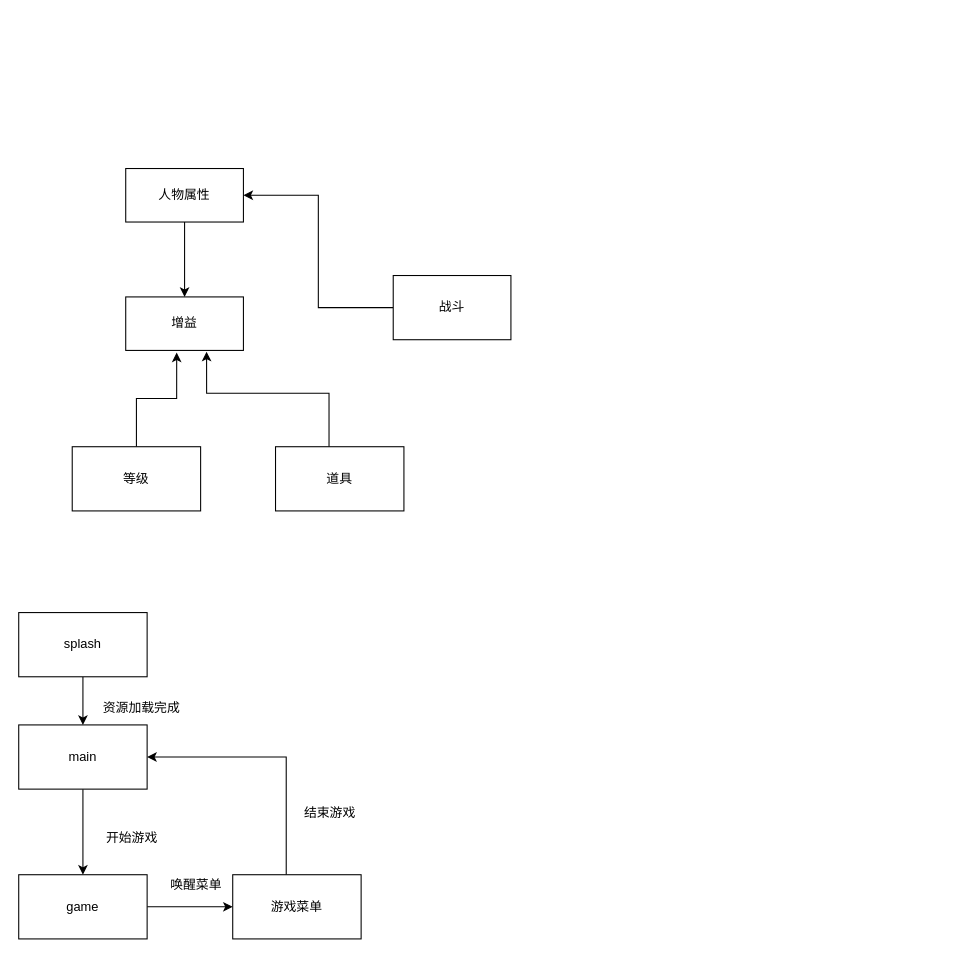
Above: games/drawios/text_dungeon.drawio in zuiyu1998/project_book (draw.io), before the change. Source tidied: cells renumbered, new cells numbered last; positions are measured from the earlier drawing's top-left corner, leaving out a move shared by most shapes. Both pictures are drawn from the tidied source at 107%, with x=0, y=0 at pixel (18, 168).
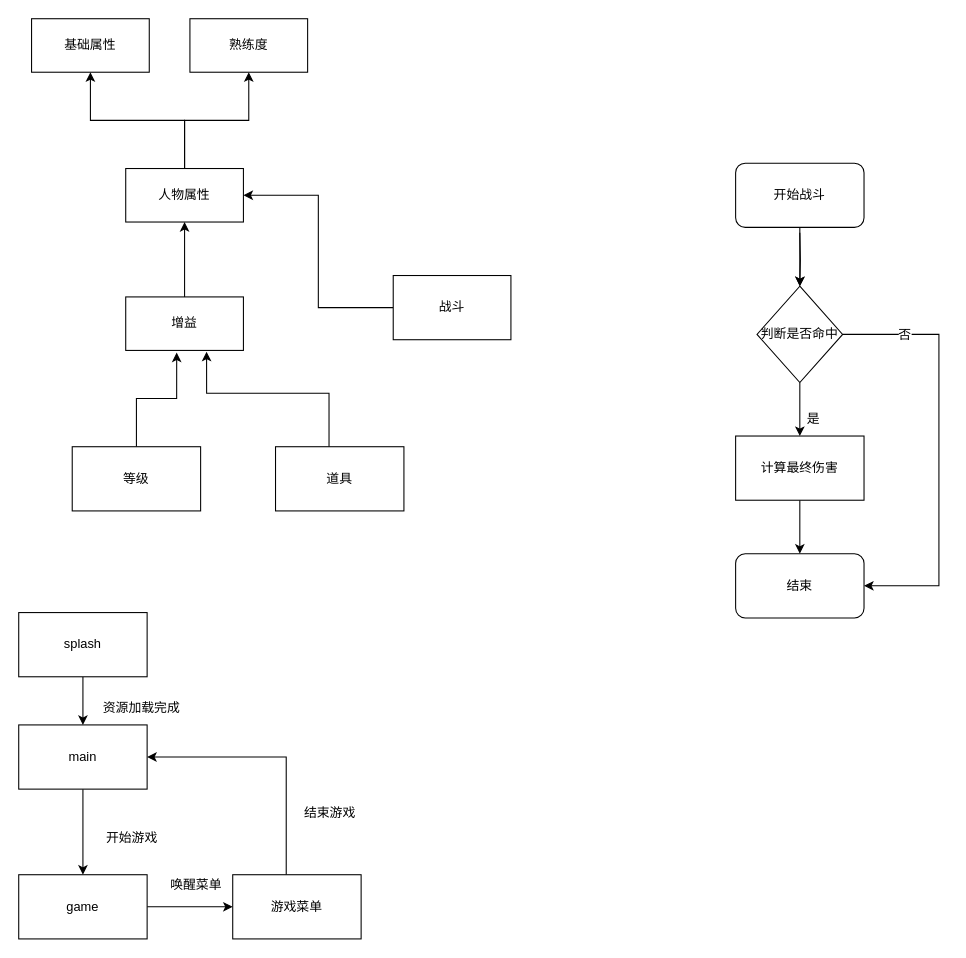
The same page after the edit.

Commit message (it also covers changes not shown here):
feat: text-dungeon 交互系统

Unchanged cells that the change refers to:
```xml
<mxCell id="3" value="人物属性" style="rounded=0;whiteSpace=wrap;html=1;" parent="1" vertex="1">
  <mxGeometry x="100" width="110" height="50" as="geometry" />
</mxCell>
<mxCell id="4" value="增益" style="rounded=0;whiteSpace=wrap;html=1;" parent="1" vertex="1">
  <mxGeometry x="100" y="120" width="110" height="50" as="geometry" />
</mxCell>
```

Diff of the diagram source:
```diff
@@
-    <mxCell id="2" style="edgeStyle=orthogonalEdgeStyle;rounded=0;jettySize=auto;html=1;" parent="1" edge="1" source="3" target="4">
-      <mxGeometry relative="1" as="geometry" />
-    </mxCell>
+    <mxCell id="23" style="edgeStyle=orthogonalEdgeStyle;rounded=0;jettySize=auto;html=1;" parent="1" edge="1" source="3" target="25">
+      <mxGeometry relative="1" as="geometry" />
+    </mxCell>
+    <mxCell id="24" style="edgeStyle=orthogonalEdgeStyle;rounded=0;jettySize=auto;html=1;entryX=0.5;entryY=1;entryDx=0;entryDy=0;" parent="1" edge="1" source="3" target="27">
+      <mxGeometry relative="1" as="geometry" />
+    </mxCell>
@@
+    <mxCell id="25" value="基础属性" style="rounded=0;whiteSpace=wrap;html=1;" parent="1" vertex="1">
+      <mxGeometry x="12" y="-140" width="110" height="50" as="geometry" />
+    </mxCell>
+    <mxCell id="26" style="edgeStyle=orthogonalEdgeStyle;rounded=0;jettySize=auto;html=1;entryX=0.5;entryY=1;entryDx=0;entryDy=0;" parent="1" edge="1" source="4" target="3">
+      <mxGeometry relative="1" as="geometry" />
+    </mxCell>
@@
+    <mxCell id="27" value="熟练度" style="rounded=0;whiteSpace=wrap;html=1;" parent="1" vertex="1">
+      <mxGeometry x="160" y="-140" width="110" height="50" as="geometry" />
+    </mxCell>
+    <mxCell id="28" style="edgeStyle=orthogonalEdgeStyle;rounded=0;jettySize=auto;html=1;entryX=0.5;entryY=0;entryDx=0;entryDy=0;" parent="1" edge="1" target="32">
+      <mxGeometry relative="1" as="geometry">
+        <mxPoint x="730" y="60" as="sourcePoint" />
+      </mxGeometry>
+    </mxCell>
+    <mxCell id="29" style="edgeStyle=orthogonalEdgeStyle;rounded=0;jettySize=auto;html=1;entryX=0.5;entryY=0;entryDx=0;entryDy=0;" parent="1" edge="1" source="32" target="37">
+      <mxGeometry relative="1" as="geometry" />
+    </mxCell>
+    <mxCell id="30" style="edgeStyle=orthogonalEdgeStyle;rounded=0;jettySize=auto;html=1;entryX=1;entryY=0.5;entryDx=0;entryDy=0;" parent="1" edge="1" source="32" target="33">
+      <mxGeometry relative="1" as="geometry">
+        <Array as="points">
+          <mxPoint x="860" y="155" />
+          <mxPoint x="860" y="390" />
+        </Array>
+      </mxGeometry>
+    </mxCell>
+    <mxCell id="31" value="否" style="text;html=1;align=center;verticalAlign=middle;labelBackgroundColor=#ffffff;" parent="30" vertex="1">
+      <mxGeometry x="-0.71" relative="1" as="geometry" />
+    </mxCell>
+    <mxCell id="32" value="判断是否命中" style="rhombus;whiteSpace=wrap;html=1;" parent="1" vertex="1">
+      <mxGeometry x="690" y="110" width="80" height="90" as="geometry" />
+    </mxCell>
+    <mxCell id="33" value="结束" style="rounded=1;whiteSpace=wrap;html=1;" parent="1" vertex="1">
+      <mxGeometry x="670" y="360" width="120" height="60" as="geometry" />
+    </mxCell>
+    <mxCell id="34" style="edgeStyle=orthogonalEdgeStyle;rounded=0;jettySize=auto;html=1;" parent="1" edge="1" source="35" target="32">
+      <mxGeometry relative="1" as="geometry" />
+    </mxCell>
+    <mxCell id="35" value="开始战斗" style="rounded=1;whiteSpace=wrap;html=1;" parent="1" vertex="1">
+      <mxGeometry x="670" y="-5" width="120" height="60" as="geometry" />
+    </mxCell>
+    <mxCell id="36" style="edgeStyle=orthogonalEdgeStyle;rounded=0;jettySize=auto;html=1;entryX=0.5;entryY=0;entryDx=0;entryDy=0;" parent="1" edge="1" source="37" target="33">
+      <mxGeometry relative="1" as="geometry" />
+    </mxCell>
+    <mxCell id="37" value="计算最终伤害" style="rounded=0;whiteSpace=wrap;html=1;" parent="1" vertex="1">
+      <mxGeometry x="670" y="250" width="120" height="60" as="geometry" />
+    </mxCell>
+    <mxCell id="38" value="是" style="text;html=1;align=left;verticalAlign=top;spacingTop=-4;" parent="1" vertex="1">
+      <mxGeometry x="735" y="224" width="30" height="20" as="geometry" />
+    </mxCell>
```
